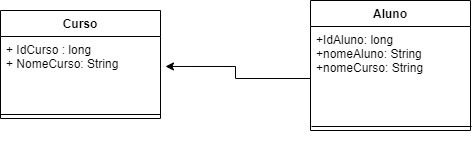
This is Diagrama Conceitual.png from Mpaulohd/Sistema-Curso, a draw.io export, as it was before one commit. Source tidied: cells renumbered, new cells last; positions are measured from the earlier drawing's top-left corner, leaving out a move shared by most shapes. Source of this version:
```xml
<mxGraphModel>
  <root>
    <mxCell id="0" />
    <mxCell id="1" parent="0" />
    <mxCell id="2" value="Curso" style="swimlane;fontStyle=1;align=center;verticalAlign=top;horizontal=1;startSize=26;" parent="1" vertex="1">
      <mxGeometry y="10" width="160" height="108" as="geometry" />
    </mxCell>
    <mxCell id="3" value="+ IdCurso : long&#10;+ NomeCurso: String&#10;" style="text;strokeColor=none;fillColor=none;align=left;verticalAlign=top;spacingLeft=4;spacingRight=4;overflow=hidden;points=[[0,0.5],[1,0.5]];portConstraint=eastwest;" parent="2" vertex="1">
      <mxGeometry y="26" width="160" height="74" as="geometry" />
    </mxCell>
    <mxCell id="4" style="line;strokeWidth=1;fillColor=none;align=left;verticalAlign=middle;spacingTop=-1;spacingLeft=3;spacingRight=3;labelPosition=right;" parent="2" vertex="1">
      <mxGeometry y="100" width="160" height="8" as="geometry" />
    </mxCell>
    <mxCell id="5" value="Aluno" style="swimlane;fontStyle=1;align=center;verticalAlign=top;horizontal=1;startSize=26;" parent="1" vertex="1">
      <mxGeometry x="310" width="160" height="130" as="geometry" />
    </mxCell>
    <mxCell id="6" value="+IdAluno: long&#10;+nomeAluno: String&#10;+nomeCurso: String" style="text;strokeColor=none;fillColor=none;align=left;verticalAlign=top;spacingLeft=4;spacingRight=4;overflow=hidden;points=[[0,0.5],[1,0.5]];portConstraint=eastwest;" parent="5" vertex="1">
      <mxGeometry y="26" width="160" height="104" as="geometry" />
    </mxCell>
    <mxCell id="7" style="line;strokeWidth=1;fillColor=none;align=left;verticalAlign=middle;spacingTop=-1;spacingLeft=3;spacingRight=3;labelPosition=right;" parent="1" vertex="1">
      <mxGeometry x="311" y="106" width="160" height="40" as="geometry" />
    </mxCell>
    <mxCell id="8" style="edgeStyle=orthogonalEdgeStyle;rounded=0;jettySize=auto;html=1;entryX=1.031;entryY=0.405;entryDx=0;entryDy=0;entryPerimeter=0;" parent="1" edge="1" source="6" target="3">
      <mxGeometry relative="1" as="geometry" />
    </mxCell>
  </root>
</mxGraphModel>
```
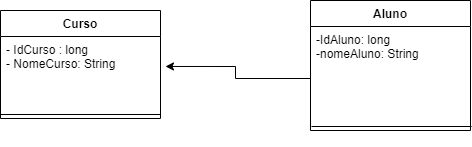
Above is the later version.

The edit, as a diff of the source:
```diff
@@ -5,7 +5,7 @@
     <mxCell id="2" value="Curso" style="swimlane;fontStyle=1;align=center;verticalAlign=top;horizontal=1;startSize=26;" parent="1" vertex="1">
       <mxGeometry y="10" width="160" height="108" as="geometry" />
     </mxCell>
-    <mxCell id="3" value="+ IdCurso : long&#10;+ NomeCurso: String&#10;" style="text;strokeColor=none;fillColor=none;align=left;verticalAlign=top;spacingLeft=4;spacingRight=4;overflow=hidden;points=[[0,0.5],[1,0.5]];portConstraint=eastwest;" parent="2" vertex="1">
+    <mxCell id="3" value="- IdCurso : long&#10;- NomeCurso: String&#10;" style="text;strokeColor=none;fillColor=none;align=left;verticalAlign=top;spacingLeft=4;spacingRight=4;overflow=hidden;points=[[0,0.5],[1,0.5]];portConstraint=eastwest;" parent="2" vertex="1">
       <mxGeometry y="26" width="160" height="74" as="geometry" />
     </mxCell>
     <mxCell id="4" style="line;strokeWidth=1;fillColor=none;align=left;verticalAlign=middle;spacingTop=-1;spacingLeft=3;spacingRight=3;labelPosition=right;" parent="2" vertex="1">
@@ -14,7 +14,7 @@
     <mxCell id="5" value="Aluno" style="swimlane;fontStyle=1;align=center;verticalAlign=top;horizontal=1;startSize=26;" parent="1" vertex="1">
       <mxGeometry x="310" width="160" height="130" as="geometry" />
     </mxCell>
-    <mxCell id="6" value="+IdAluno: long&#10;+nomeAluno: String&#10;+nomeCurso: String" style="text;strokeColor=none;fillColor=none;align=left;verticalAlign=top;spacingLeft=4;spacingRight=4;overflow=hidden;points=[[0,0.5],[1,0.5]];portConstraint=eastwest;" parent="5" vertex="1">
+    <mxCell id="6" value="-IdAluno: long&#10;-nomeAluno: String&#10; " style="text;strokeColor=none;fillColor=none;align=left;verticalAlign=top;spacingLeft=4;spacingRight=4;overflow=hidden;points=[[0,0.5],[1,0.5]];portConstraint=eastwest;" parent="5" vertex="1">
       <mxGeometry y="26" width="160" height="104" as="geometry" />
     </mxCell>
     <mxCell id="7" style="line;strokeWidth=1;fillColor=none;align=left;verticalAlign=middle;spacingTop=-1;spacingLeft=3;spacingRight=3;labelPosition=right;" parent="1" vertex="1">
```
